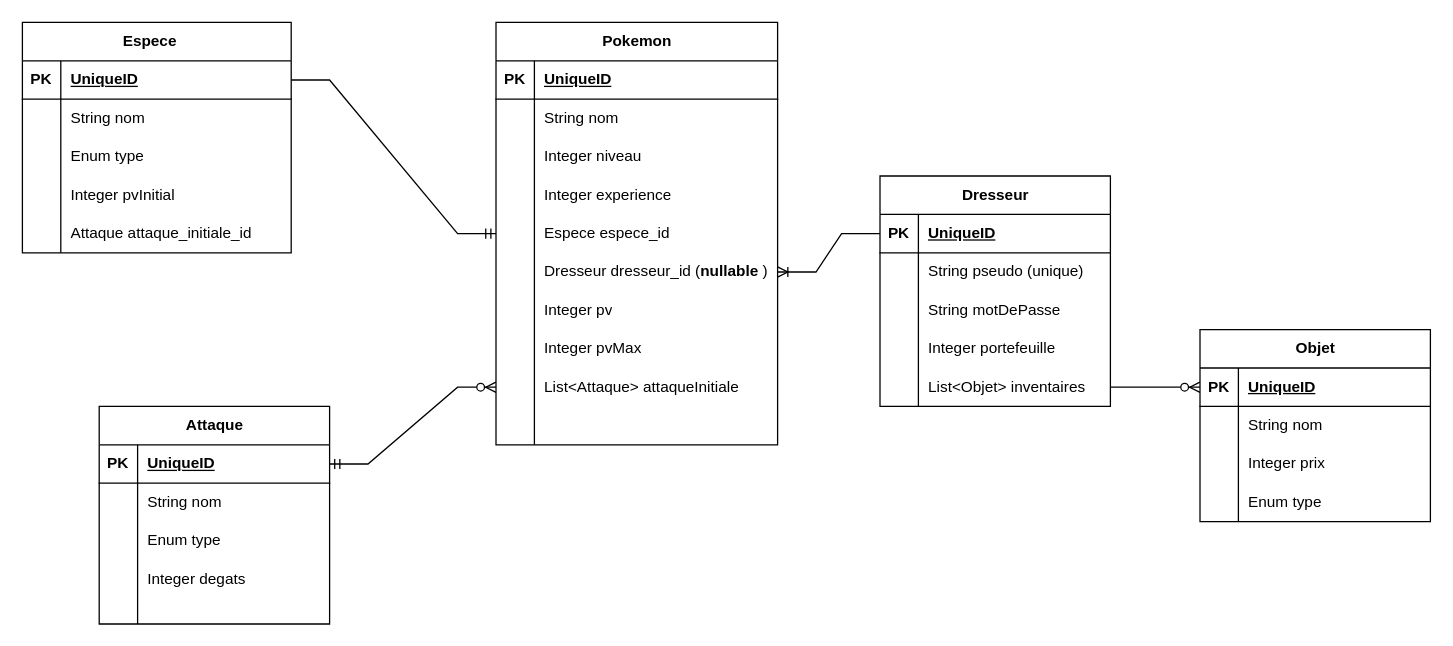
This is TP Pokemon.drawio.xml from 2024-06-24-POE-JAVA-NIORT-DISTANCIEL/tp-rest-pokemon-groupe-3, a draw.io file, before an edit. Source tidied: cells renumbered, new cells numbered last; positions are measured from the earlier drawing's top-left corner, leaving out a move shared by most shapes. Both pictures are drawn from the tidied source at 128%, with x=0, y=0 at pixel (22, 22).
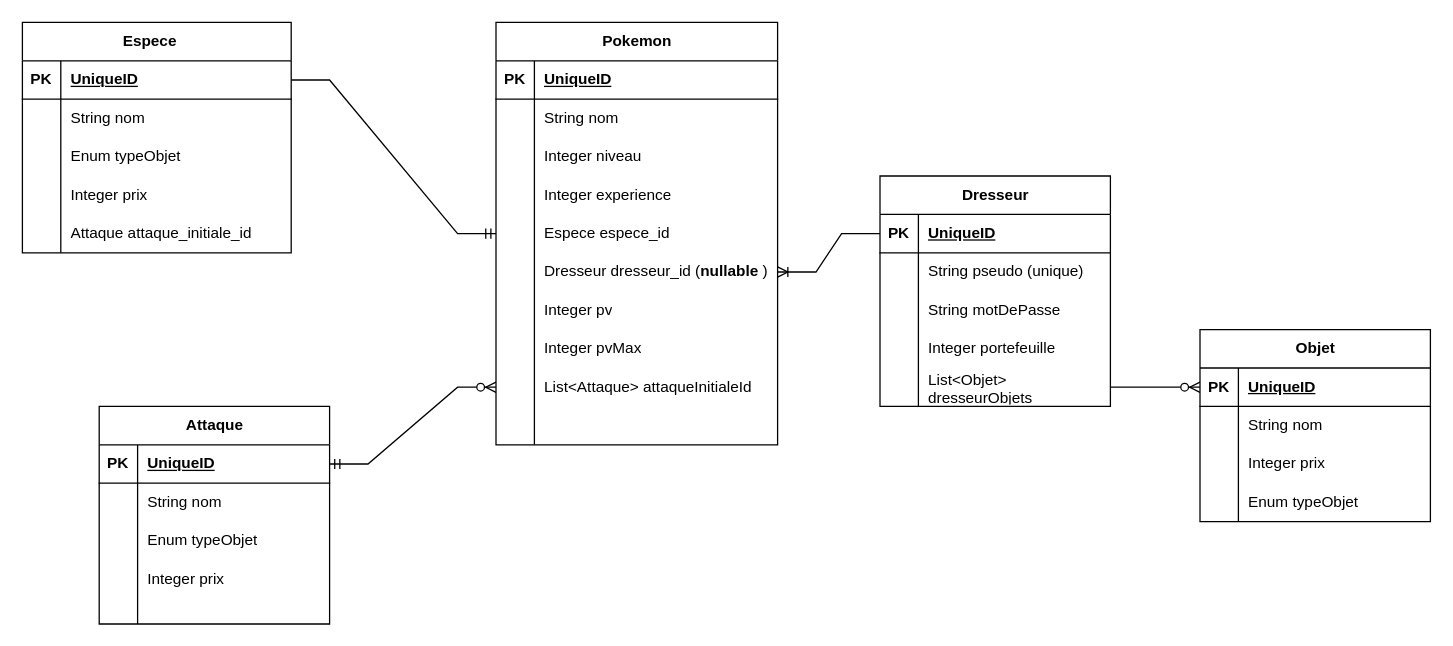
The same diagram, later.

Unchanged cells that the change refers to:
```xml
<mxCell id="27" style="shape=tableRow;horizontal=0;startSize=0;swimlaneHead=0;swimlaneBody=0;fillColor=none;points=[[0,0.5],[1,0.5]];portConstraint=eastwest;top=0;left=0;right=0;bottom=0;" parent="2" vertex="1">
  <mxGeometry y="270" width="220" height="30" as="geometry" />
</mxCell>
<mxCell id="40" style="shape=tableRow;horizontal=0;startSize=0;swimlaneHead=0;swimlaneBody=0;fillColor=none;top=0;left=0;right=0;bottom=0;" parent="33" vertex="1">
  <mxGeometry y="90" width="210" height="30" as="geometry" />
</mxCell>
<mxCell id="43" style="shape=tableRow;horizontal=0;startSize=0;swimlaneHead=0;swimlaneBody=0;fillColor=none;top=0;left=0;right=0;bottom=0;" parent="33" vertex="1">
  <mxGeometry y="120" width="210" height="30" as="geometry" />
</mxCell>
<mxCell id="56" style="shape=tableRow;horizontal=0;startSize=0;swimlaneHead=0;swimlaneBody=0;fillColor=none;top=0;left=0;right=0;bottom=0;" parent="49" vertex="1">
  <mxGeometry y="90" width="180" height="30" as="geometry" />
</mxCell>
<mxCell id="59" style="shape=tableRow;horizontal=0;startSize=0;swimlaneHead=0;swimlaneBody=0;fillColor=none;top=0;left=0;right=0;bottom=0;" parent="49" vertex="1">
  <mxGeometry y="120" width="180" height="30" as="geometry" />
</mxCell>
<mxCell id="78" style="shape=tableRow;horizontal=0;startSize=0;swimlaneHead=0;swimlaneBody=0;fillColor=none;points=[[0,0.5],[1,0.5]];portConstraint=eastwest;top=0;left=0;right=0;bottom=0;" parent="65" vertex="1">
  <mxGeometry y="150" width="180" height="30" as="geometry" />
</mxCell>
<mxCell id="91" style="shape=tableRow;horizontal=0;startSize=0;swimlaneHead=0;swimlaneBody=0;fillColor=none;top=0;left=0;right=0;bottom=0;" parent="81" vertex="1">
  <mxGeometry y="120" width="180" height="30" as="geometry" />
</mxCell>
```

The edit, as a diff of the source:
```diff
@@
-    <mxCell id="29" value="List&amp;lt;Attaque&amp;gt; attaqueInitiale" style="shape=partialRectangle;fillColor=none;top=0;left=0;bottom=0;right=0;align=left;spacingLeft=6;overflow=hidden;whiteSpace=wrap;html=1;" parent="27" vertex="1">
+    <mxCell id="29" value="List&amp;lt;Attaque&amp;gt; attaqueInitialeId" style="shape=partialRectangle;fillColor=none;top=0;left=0;bottom=0;right=0;align=left;spacingLeft=6;overflow=hidden;whiteSpace=wrap;html=1;" parent="27" vertex="1">
       <mxGeometry x="30" width="190" height="30" as="geometry" />
     </mxCell>
@@
-    <mxCell id="42" value="Enum type" style="shape=partialRectangle;fillColor=none;top=0;left=0;bottom=0;right=0;align=left;spacingLeft=6;overflow=hidden;whiteSpace=wrap;html=1;" parent="40" vertex="1">
+    <mxCell id="42" value="Enum typeObjet" style="shape=partialRectangle;fillColor=none;top=0;left=0;bottom=0;right=0;align=left;spacingLeft=6;overflow=hidden;whiteSpace=wrap;html=1;" parent="40" vertex="1">
       <mxGeometry x="30" width="180" height="30" as="geometry" />
     </mxCell>
@@
-    <mxCell id="45" value="Integer pvInitial" style="shape=partialRectangle;fillColor=none;top=0;left=0;bottom=0;right=0;align=left;spacingLeft=6;overflow=hidden;whiteSpace=wrap;html=1;" parent="43" vertex="1">
+    <mxCell id="45" value="Integer prix" style="shape=partialRectangle;fillColor=none;top=0;left=0;bottom=0;right=0;align=left;spacingLeft=6;overflow=hidden;whiteSpace=wrap;html=1;" parent="43" vertex="1">
       <mxGeometry x="30" width="180" height="30" as="geometry" />
     </mxCell>
@@
-    <mxCell id="58" value="Enum type" style="shape=partialRectangle;fillColor=none;top=0;left=0;bottom=0;right=0;align=left;spacingLeft=6;overflow=hidden;whiteSpace=wrap;html=1;" parent="56" vertex="1">
+    <mxCell id="58" value="Enum typeObjet" style="shape=partialRectangle;fillColor=none;top=0;left=0;bottom=0;right=0;align=left;spacingLeft=6;overflow=hidden;whiteSpace=wrap;html=1;" parent="56" vertex="1">
       <mxGeometry x="30" width="150" height="30" as="geometry" />
     </mxCell>
@@
-    <mxCell id="61" value="Integer degats" style="shape=partialRectangle;fillColor=none;top=0;left=0;bottom=0;right=0;align=left;spacingLeft=6;overflow=hidden;whiteSpace=wrap;html=1;" parent="59" vertex="1">
+    <mxCell id="61" value="Integer prix" style="shape=partialRectangle;fillColor=none;top=0;left=0;bottom=0;right=0;align=left;spacingLeft=6;overflow=hidden;whiteSpace=wrap;html=1;" parent="59" vertex="1">
       <mxGeometry x="30" width="150" height="30" as="geometry" />
     </mxCell>
@@
-    <mxCell id="80" value="List&amp;lt;Objet&amp;gt; inventaires" style="shape=partialRectangle;fillColor=none;top=0;left=0;bottom=0;right=0;align=left;spacingLeft=6;overflow=hidden;whiteSpace=wrap;html=1;" parent="78" vertex="1">
+    <mxCell id="80" value="List&amp;lt;Objet&amp;gt; dresseurObjets" style="shape=partialRectangle;fillColor=none;top=0;left=0;bottom=0;right=0;align=left;spacingLeft=6;overflow=hidden;whiteSpace=wrap;html=1;" parent="78" vertex="1">
       <mxGeometry x="30" width="150" height="30" as="geometry" />
     </mxCell>
@@
-    <mxCell id="93" value="Enum type" style="shape=partialRectangle;fillColor=none;top=0;left=0;bottom=0;right=0;align=left;spacingLeft=6;overflow=hidden;whiteSpace=wrap;html=1;" parent="91" vertex="1">
+    <mxCell id="93" value="Enum typeObjet" style="shape=partialRectangle;fillColor=none;top=0;left=0;bottom=0;right=0;align=left;spacingLeft=6;overflow=hidden;whiteSpace=wrap;html=1;" parent="91" vertex="1">
       <mxGeometry x="30" width="150" height="30" as="geometry" />
     </mxCell>
```
